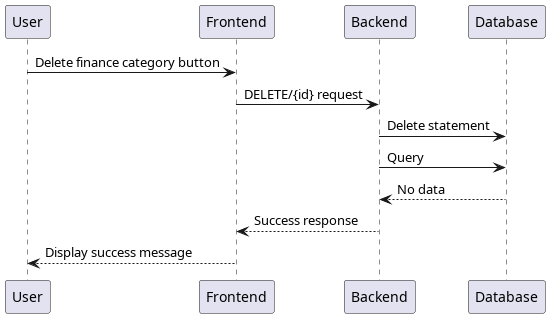
Above: docs/out/docs/Sequences/Delete single finance category.png in Toby-Rea/planner (PlantUML), before the change.
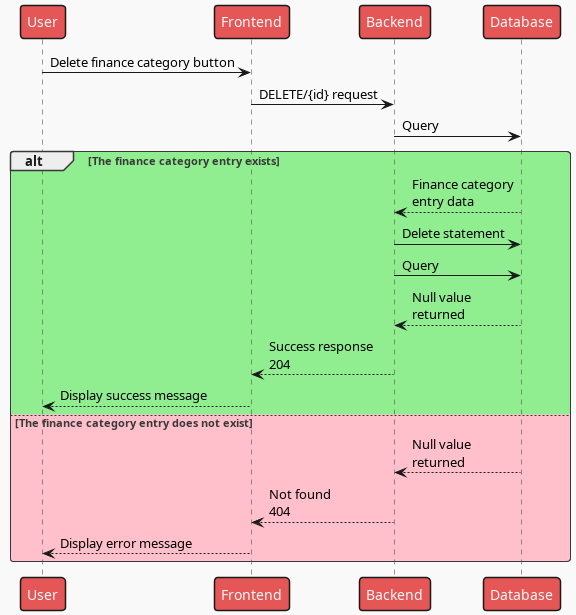
The same diagram one commit later.

The edit, as a diff of the source:
```diff
@@ -1,4 +1,5 @@
 @startuml Delete single finance category
+!theme mars
 participant User as u
 participant Frontend as fe
 participant Backend as be
@@ -6,9 +7,18 @@
 
 u -> fe: Delete finance category button
 fe -> be: DELETE/{id} request
-be -> db: Delete statement
 be -> db: Query
-be <-- db: No data
-fe <-- be: Success response
-u <-- fe: Display success message
+
+alt #LightGreen The finance category entry exists
+    be <-- db: Finance category\nentry data
+    be -> db: Delete statement
+    be -> db: Query
+    be <-- db: Null value\nreturned
+    fe <-- be: Success response\n204
+    u <-- fe: Display success message
+else #Pink The finance category entry does not exist
+    be <-- db: Null value\nreturned
+    fe <-- be: Not found\n404
+    u <-- fe: Display error message
+end
 @enduml
```
